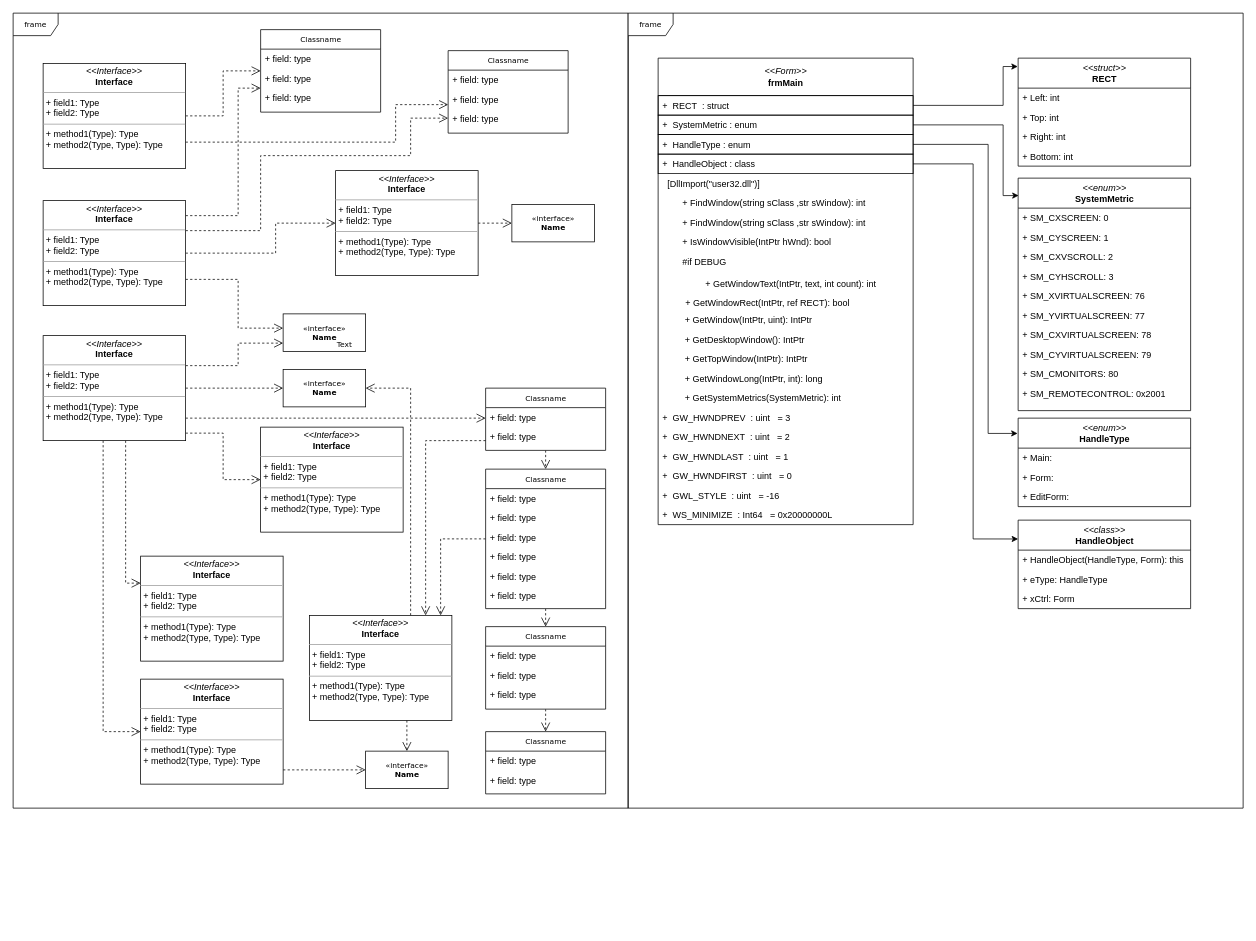
Earlier version of the draw.io diagram 文件/TUCBatchEditor.drawio (FrostLotus/Project). Source tidied: cells renumbered, new cells numbered last; positions are measured from the earlier drawing's top-left corner, leaving out a move shared by most shapes. Both pictures are drawn from the tidied source at 75%, with x=0, y=0 at pixel (13, 13).
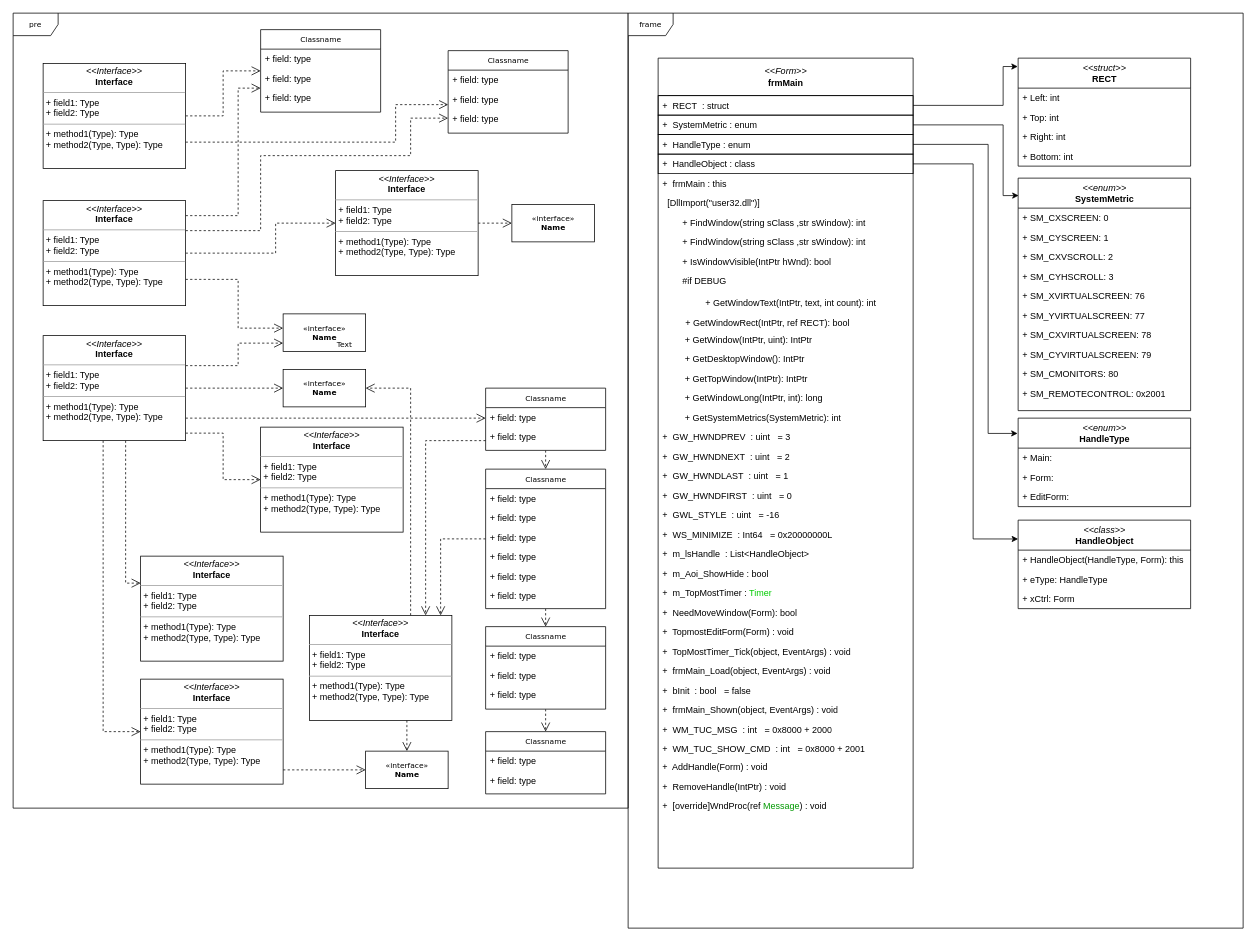
Above is the later version.

Change to the diagram source:
```diff
@@
-    <mxCell id="2" value="frame" style="shape=umlFrame;whiteSpace=wrap;html=1;rounded=0;shadow=0;comic=0;labelBackgroundColor=none;strokeWidth=1;fontFamily=Verdana;fontSize=10;align=center;" parent="1" vertex="1">
+    <mxCell id="2" value="pre" style="shape=umlFrame;whiteSpace=wrap;html=1;rounded=0;shadow=0;comic=0;labelBackgroundColor=none;strokeWidth=1;fontFamily=Verdana;fontSize=10;align=center;" parent="1" vertex="1">
       <mxGeometry width="820" height="1060" as="geometry" />
     </mxCell>
@@
     <mxCell id="62" value="frame" style="shape=umlFrame;whiteSpace=wrap;html=1;rounded=0;shadow=0;comic=0;labelBackgroundColor=none;strokeWidth=1;fontFamily=Verdana;fontSize=10;align=center;strokeColor=default;" parent="1" vertex="1">
-      <mxGeometry x="820" width="820" height="1060" as="geometry" />
+      <mxGeometry x="820" width="820" height="1220" as="geometry" />
     </mxCell>
     <mxCell id="63" value="&lt;i style=&quot;border-color: var(--border-color); font-family: Helvetica; font-size: 12px;&quot;&gt;&amp;lt;&amp;lt;Form&amp;gt;&amp;gt;&lt;/i&gt;&lt;br style=&quot;border-color: var(--border-color); font-family: Helvetica; font-size: 12px;&quot;&gt;&lt;b style=&quot;border-color: var(--border-color); font-family: Helvetica; font-size: 12px; background-color: initial;&quot;&gt;frmMain&lt;/b&gt;" style="swimlane;html=1;fontStyle=0;horizontal=1;startSize=50;fillColor=none;swimlaneFillColor=#ffffff;rounded=0;shadow=0;comic=0;labelBackgroundColor=none;strokeWidth=1;fontFamily=Verdana;fontSize=10;align=center;strokeColor=default;" parent="1" vertex="1">
-      <mxGeometry x="860" y="60" width="340" height="622" as="geometry" />
+      <mxGeometry x="860" y="60" width="340" height="1080" as="geometry" />
     </mxCell>
@@
+    <mxCell id="114" value="+&amp;nbsp; frmMain : this&amp;nbsp;" style="text;html=1;align=left;verticalAlign=top;spacingLeft=4;spacingRight=4;whiteSpace=wrap;overflow=hidden;labelBorderColor=none;strokeColor=none;" parent="63" vertex="1">
+      <mxGeometry y="154" width="340" height="26" as="geometry" />
+    </mxCell>
     <mxCell id="68" value="&amp;nbsp;&amp;nbsp;[DllImport(&quot;user32.dll&quot;)]" style="text;html=1;strokeColor=none;fillColor=none;align=left;verticalAlign=top;spacingLeft=4;spacingRight=4;whiteSpace=wrap;overflow=hidden;" parent="63" vertex="1">
-      <mxGeometry y="154" width="340" height="26" as="geometry" />
+      <mxGeometry y="180" width="340" height="26" as="geometry" />
     </mxCell>
     <mxCell id="69" value="&lt;span style=&quot;white-space: pre;&quot;&gt;&#9;&lt;/span&gt;+ FindWindow(string sClass ,str sWindow): int" style="text;html=1;strokeColor=none;fillColor=none;align=left;verticalAlign=top;spacingLeft=4;spacingRight=4;whiteSpace=wrap;overflow=hidden;" parent="63" vertex="1">
-      <mxGeometry y="180" width="340" height="26" as="geometry" />
+      <mxGeometry y="206" width="340" height="26" as="geometry" />
     </mxCell>
     <mxCell id="70" value="&lt;span style=&quot;white-space: pre;&quot;&gt;&#9;&lt;/span&gt;+ FindWindow(string sClass ,str sWindow): int" style="text;html=1;strokeColor=none;fillColor=none;align=left;verticalAlign=top;spacingLeft=4;spacingRight=4;whiteSpace=wrap;overflow=hidden;" parent="63" vertex="1">
-      <mxGeometry y="206" width="340" height="26" as="geometry" />
+      <mxGeometry y="232" width="340" height="26" as="geometry" />
     </mxCell>
     <mxCell id="71" value="&#9;&lt;span style=&quot;white-space: pre;&quot;&gt;&#9;&lt;/span&gt;+&amp;nbsp;&lt;span style=&quot;background-color: initial;&quot;&gt;IsWindowVisible(IntPtr hWnd): bool&lt;/span&gt;&lt;br&gt;&lt;div&gt;&lt;br&gt;&lt;/div&gt;" style="text;html=1;strokeColor=none;fillColor=none;align=left;verticalAlign=top;spacingLeft=4;spacingRight=4;whiteSpace=wrap;overflow=hidden;" parent="63" vertex="1">
-      <mxGeometry y="232" width="340" height="26" as="geometry" />
+      <mxGeometry y="258" width="340" height="26" as="geometry" />
     </mxCell>
     <mxCell id="72" value="&lt;span style=&quot;white-space: pre;&quot;&gt;&#9;&lt;/span&gt;#if DEBUG" style="text;html=1;strokeColor=none;fillColor=none;align=left;verticalAlign=top;spacingLeft=4;spacingRight=4;whiteSpace=wrap;overflow=hidden;" parent="63" vertex="1">
-      <mxGeometry y="258" width="340" height="26" as="geometry" />
+      <mxGeometry y="284" width="340" height="26" as="geometry" />
     </mxCell>
     <mxCell id="73" value="&lt;p style=&quot;border-color: var(--border-color); margin: 0px 0px 0px 4px; line-height: 20.4px;&quot;&gt;&lt;span style=&quot;white-space: pre;&quot;&gt;&#9;&lt;/span&gt;&lt;span style=&quot;white-space: pre;&quot;&gt;&#9;&lt;/span&gt;+ GetWindowText(IntPtr, text, int count): int&lt;/p&gt;&lt;div&gt;&lt;br&gt;&lt;/div&gt;" style="text;html=1;strokeColor=none;fillColor=none;align=left;verticalAlign=top;spacingLeft=4;spacingRight=4;whiteSpace=wrap;overflow=hidden;" parent="63" vertex="1">
-      <mxGeometry y="284" width="340" height="26" as="geometry" />
+      <mxGeometry y="310" width="340" height="26" as="geometry" />
     </mxCell>
     <mxCell id="74" value="&lt;p style=&quot;border-color: var(--border-color); margin: 0px 0px 0px 4px; line-height: 20.4px;&quot;&gt;&lt;span style=&quot;white-space: pre;&quot;&gt;&#9;&lt;/span&gt;+ GetWindowRect(IntPtr, ref RECT): bool&lt;br style=&quot;border-color: var(--border-color);&quot;&gt;&lt;/p&gt;&lt;div&gt;&lt;span style=&quot;border-color: var(--border-color); background-color: initial;&quot;&gt;&lt;br&gt;&lt;/span&gt;&lt;/div&gt;" style="text;html=1;strokeColor=none;fillColor=none;align=left;verticalAlign=top;spacingLeft=4;spacingRight=4;whiteSpace=wrap;overflow=hidden;" parent="63" vertex="1">
-      <mxGeometry y="310" width="340" height="26" as="geometry" />
+      <mxGeometry y="336" width="340" height="26" as="geometry" />
     </mxCell>
     <mxCell id="75" value="&amp;nbsp; &amp;nbsp; &lt;span style=&quot;&quot;&gt;&lt;span style=&quot;white-space: pre;&quot;&gt;&amp;nbsp;&amp;nbsp;&amp;nbsp;&amp;nbsp;&lt;/span&gt;&lt;/span&gt;&amp;nbsp;+ GetWindow(IntPtr, uint): IntPtr" style="text;html=1;strokeColor=none;fillColor=none;align=left;verticalAlign=top;spacingLeft=4;spacingRight=4;whiteSpace=wrap;overflow=hidden;" parent="63" vertex="1">
-      <mxGeometry y="336" width="340" height="26" as="geometry" />
+      <mxGeometry y="362" width="340" height="26" as="geometry" />
     </mxCell>
     <mxCell id="76" value="&amp;nbsp; &amp;nbsp; &lt;span style=&quot;&quot;&gt;&lt;span style=&quot;&quot;&gt;&amp;nbsp;&amp;nbsp;&amp;nbsp;&amp;nbsp;&lt;/span&gt;&lt;/span&gt;&amp;nbsp;+ GetDesktopWindow(): IntPtr" style="text;html=1;strokeColor=none;fillColor=none;align=left;verticalAlign=top;spacingLeft=4;spacingRight=4;whiteSpace=wrap;overflow=hidden;" parent="63" vertex="1">
-      <mxGeometry y="362" width="340" height="26" as="geometry" />
+      <mxGeometry y="388" width="340" height="26" as="geometry" />
     </mxCell>
     <mxCell id="77" value="&amp;nbsp; &amp;nbsp; &lt;span style=&quot;&quot;&gt;&lt;span style=&quot;&quot;&gt;&amp;nbsp;&amp;nbsp;&amp;nbsp;&amp;nbsp;&lt;/span&gt;&lt;/span&gt;&amp;nbsp;+ GetTopWindow(IntPtr): IntPtr" style="text;html=1;strokeColor=none;fillColor=none;align=left;verticalAlign=top;spacingLeft=4;spacingRight=4;whiteSpace=wrap;overflow=hidden;" parent="63" vertex="1">
-      <mxGeometry y="388" width="340" height="26" as="geometry" />
+      <mxGeometry y="414" width="340" height="26" as="geometry" />
     </mxCell>
     <mxCell id="78" value="&amp;nbsp; &amp;nbsp; &lt;span style=&quot;&quot;&gt;&lt;span style=&quot;&quot;&gt;&amp;nbsp;&amp;nbsp;&amp;nbsp;&amp;nbsp;&lt;/span&gt;&lt;/span&gt;&amp;nbsp;+ GetWindowLong(IntPtr, int): long" style="text;html=1;strokeColor=none;fillColor=none;align=left;verticalAlign=top;spacingLeft=4;spacingRight=4;whiteSpace=wrap;overflow=hidden;" parent="63" vertex="1">
-      <mxGeometry y="414" width="340" height="26" as="geometry" />
+      <mxGeometry y="440" width="340" height="26" as="geometry" />
     </mxCell>
     <mxCell id="79" value="&amp;nbsp; &amp;nbsp; &lt;span style=&quot;&quot;&gt;&lt;span style=&quot;&quot;&gt;&amp;nbsp;&amp;nbsp;&amp;nbsp;&amp;nbsp;&lt;/span&gt;&lt;/span&gt;&amp;nbsp;+ GetSystemMetrics(SystemMetric): int" style="text;html=1;strokeColor=none;fillColor=none;align=left;verticalAlign=top;spacingLeft=4;spacingRight=4;whiteSpace=wrap;overflow=hidden;" parent="63" vertex="1">
-      <mxGeometry y="440" width="340" height="26" as="geometry" />
+      <mxGeometry y="466" width="340" height="26" as="geometry" />
     </mxCell>
     <mxCell id="80" value="+&amp;nbsp; GW_HWNDPREV&amp;nbsp; : uint&amp;nbsp; &amp;nbsp;= 3" style="text;html=1;align=left;verticalAlign=top;spacingLeft=4;spacingRight=4;whiteSpace=wrap;overflow=hidden;labelBorderColor=none;strokeColor=none;" parent="63" vertex="1">
-      <mxGeometry y="466" width="340" height="26" as="geometry" />
+      <mxGeometry y="492" width="340" height="26" as="geometry" />
     </mxCell>
     <mxCell id="81" value="+&amp;nbsp; GW_HWNDNEXT&amp;nbsp; : uint&amp;nbsp; &amp;nbsp;= 2" style="text;html=1;align=left;verticalAlign=top;spacingLeft=4;spacingRight=4;whiteSpace=wrap;overflow=hidden;labelBorderColor=none;strokeColor=none;" parent="63" vertex="1">
-      <mxGeometry y="492" width="340" height="26" as="geometry" />
+      <mxGeometry y="518" width="340" height="26" as="geometry" />
     </mxCell>
     <mxCell id="82" value="+&amp;nbsp; GW_HWNDLAST&amp;nbsp; : uint&amp;nbsp; &amp;nbsp;= 1" style="text;html=1;align=left;verticalAlign=top;spacingLeft=4;spacingRight=4;whiteSpace=wrap;overflow=hidden;labelBorderColor=none;strokeColor=none;" parent="63" vertex="1">
-      <mxGeometry y="518" width="340" height="26" as="geometry" />
+      <mxGeometry y="544" width="340" height="26" as="geometry" />
     </mxCell>
     <mxCell id="83" value="+&amp;nbsp; GW_HWNDFIRST&amp;nbsp; : uint&amp;nbsp; &amp;nbsp;= 0" style="text;html=1;align=left;verticalAlign=top;spacingLeft=4;spacingRight=4;whiteSpace=wrap;overflow=hidden;labelBorderColor=none;strokeColor=none;" parent="63" vertex="1">
-      <mxGeometry y="544" width="340" height="26" as="geometry" />
+      <mxGeometry y="570" width="340" height="26" as="geometry" />
     </mxCell>
     <mxCell id="84" value="+&amp;nbsp; GWL_STYLE&amp;nbsp; : uint&amp;nbsp; &amp;nbsp;= -16" style="text;html=1;align=left;verticalAlign=top;spacingLeft=4;spacingRight=4;whiteSpace=wrap;overflow=hidden;labelBorderColor=none;strokeColor=none;" parent="63" vertex="1">
-      <mxGeometry y="570" width="340" height="26" as="geometry" />
+      <mxGeometry y="596" width="340" height="26" as="geometry" />
     </mxCell>
     <mxCell id="85" value="+&amp;nbsp; WS_MINIMIZE&amp;nbsp; : Int64&amp;nbsp; &amp;nbsp;= 0x20000000L" style="text;html=1;align=left;verticalAlign=top;spacingLeft=4;spacingRight=4;whiteSpace=wrap;overflow=hidden;labelBorderColor=none;strokeColor=none;" parent="63" vertex="1">
-      <mxGeometry y="596" width="340" height="26" as="geometry" />
+      <mxGeometry y="622" width="340" height="26" as="geometry" />
     </mxCell>
+    <mxCell id="115" value="+&amp;nbsp; m_lsHandle&amp;nbsp; : List&amp;lt;HandleObject&amp;gt;" style="text;html=1;align=left;verticalAlign=top;spacingLeft=4;spacingRight=4;whiteSpace=wrap;overflow=hidden;labelBorderColor=none;strokeColor=none;" parent="63" vertex="1">
+      <mxGeometry y="648" width="340" height="26" as="geometry" />
+    </mxCell>
+    <mxCell id="116" value="+&amp;nbsp; m_Aoi_ShowHide : bool" style="text;html=1;align=left;verticalAlign=top;spacingLeft=4;spacingRight=4;whiteSpace=wrap;overflow=hidden;labelBorderColor=none;strokeColor=none;" parent="63" vertex="1">
+      <mxGeometry y="674" width="340" height="26" as="geometry" />
+    </mxCell>
+    <mxCell id="117" value="+&amp;nbsp; m_TopMostTimer : &lt;font color=&quot;#00cc00&quot;&gt;Timer&lt;/font&gt;" style="text;html=1;align=left;verticalAlign=top;spacingLeft=4;spacingRight=4;whiteSpace=wrap;overflow=hidden;labelBorderColor=none;strokeColor=none;" parent="63" vertex="1">
+      <mxGeometry y="700" width="340" height="26" as="geometry" />
+    </mxCell>
+    <mxCell id="118" value="+&amp;nbsp; NeedMoveWindow(Form): bool" style="text;html=1;align=left;verticalAlign=top;spacingLeft=4;spacingRight=4;whiteSpace=wrap;overflow=hidden;labelBorderColor=none;strokeColor=none;" parent="63" vertex="1">
+      <mxGeometry y="726" width="340" height="26" as="geometry" />
+    </mxCell>
+    <mxCell id="119" value="+&amp;nbsp; TopmostEditForm(Form) : void" style="text;html=1;align=left;verticalAlign=top;spacingLeft=4;spacingRight=4;whiteSpace=wrap;overflow=hidden;labelBorderColor=none;strokeColor=none;" parent="63" vertex="1">
+      <mxGeometry y="752" width="340" height="26" as="geometry" />
+    </mxCell>
+    <mxCell id="120" value="+&amp;nbsp; TopMostTimer_Tick(object, EventArgs) : void" style="text;html=1;align=left;verticalAlign=top;spacingLeft=4;spacingRight=4;whiteSpace=wrap;overflow=hidden;labelBorderColor=none;strokeColor=none;" parent="63" vertex="1">
+      <mxGeometry y="778" width="340" height="26" as="geometry" />
+    </mxCell>
+    <mxCell id="121" value="+&amp;nbsp; frmMain_Load(object, EventArgs) : void" style="text;html=1;align=left;verticalAlign=top;spacingLeft=4;spacingRight=4;whiteSpace=wrap;overflow=hidden;labelBorderColor=none;strokeColor=none;" parent="63" vertex="1">
+      <mxGeometry y="804" width="340" height="26" as="geometry" />
+    </mxCell>
+    <mxCell id="122" value="+&amp;nbsp; bInit&amp;nbsp; : bool&amp;nbsp; &amp;nbsp;= false" style="text;html=1;align=left;verticalAlign=top;spacingLeft=4;spacingRight=4;whiteSpace=wrap;overflow=hidden;labelBorderColor=none;strokeColor=none;" parent="63" vertex="1">
+      <mxGeometry y="830" width="340" height="26" as="geometry" />
+    </mxCell>
+    <mxCell id="123" value="+&amp;nbsp; frmMain_Shown(object, EventArgs) : void" style="text;html=1;align=left;verticalAlign=top;spacingLeft=4;spacingRight=4;whiteSpace=wrap;overflow=hidden;labelBorderColor=none;strokeColor=none;" parent="63" vertex="1">
+      <mxGeometry y="856" width="340" height="26" as="geometry" />
+    </mxCell>
+    <mxCell id="124" value="+&amp;nbsp; WM_TUC_MSG&amp;nbsp; : int&amp;nbsp; &amp;nbsp;=&amp;nbsp;0x8000 + 2000" style="text;html=1;align=left;verticalAlign=top;spacingLeft=4;spacingRight=4;whiteSpace=wrap;overflow=hidden;labelBorderColor=none;strokeColor=none;" parent="63" vertex="1">
+      <mxGeometry y="882" width="340" height="26" as="geometry" />
+    </mxCell>
+    <mxCell id="125" value="+&amp;nbsp; WM_TUC_SHOW_CMD&amp;nbsp; : int&amp;nbsp; &amp;nbsp;=&amp;nbsp;0x8000 + 2001" style="text;html=1;align=left;verticalAlign=top;spacingLeft=4;spacingRight=4;whiteSpace=wrap;overflow=hidden;labelBorderColor=none;strokeColor=none;" parent="63" vertex="1">
+      <mxGeometry y="908" width="340" height="24" as="geometry" />
+    </mxCell>
+    <mxCell id="126" value="+&amp;nbsp; AddHandle(Form) : void" style="text;html=1;align=left;verticalAlign=top;spacingLeft=4;spacingRight=4;whiteSpace=wrap;overflow=hidden;labelBorderColor=none;strokeColor=none;" parent="63" vertex="1">
+      <mxGeometry y="932" width="340" height="26" as="geometry" />
+    </mxCell>
+    <mxCell id="127" value="+&amp;nbsp; RemoveHandle(IntPtr) : void" style="text;html=1;align=left;verticalAlign=top;spacingLeft=4;spacingRight=4;whiteSpace=wrap;overflow=hidden;labelBorderColor=none;strokeColor=none;" parent="63" vertex="1">
+      <mxGeometry y="958" width="340" height="26" as="geometry" />
+    </mxCell>
+    <mxCell id="128" value="+&amp;nbsp; [override]WndProc(ref &lt;font color=&quot;#009900&quot;&gt;Message&lt;/font&gt;) : void" style="text;html=1;align=left;verticalAlign=top;spacingLeft=4;spacingRight=4;whiteSpace=wrap;overflow=hidden;labelBorderColor=none;strokeColor=none;" parent="63" vertex="1">
+      <mxGeometry y="984" width="340" height="26" as="geometry" />
+    </mxCell>
```
